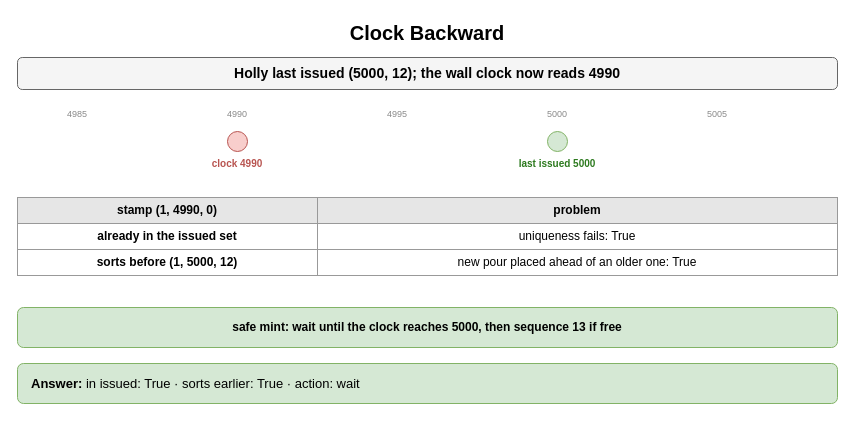
This is page "Clock Backward" (4 of 8) of content/09_System_Design_Interview/19_Unique_ID_Generation/diagrams/unique-id-drills.drawio from amendez13/swe-study-guide, a draw.io file, before an edit. Source tidied: cells renumbered, new cells numbered last; positions are measured from the earlier drawing's top-left corner, leaving out a move shared by most shapes. Both pictures are drawn from the tidied source at 100%, with x=0, y=0 at pixel (17, 17).
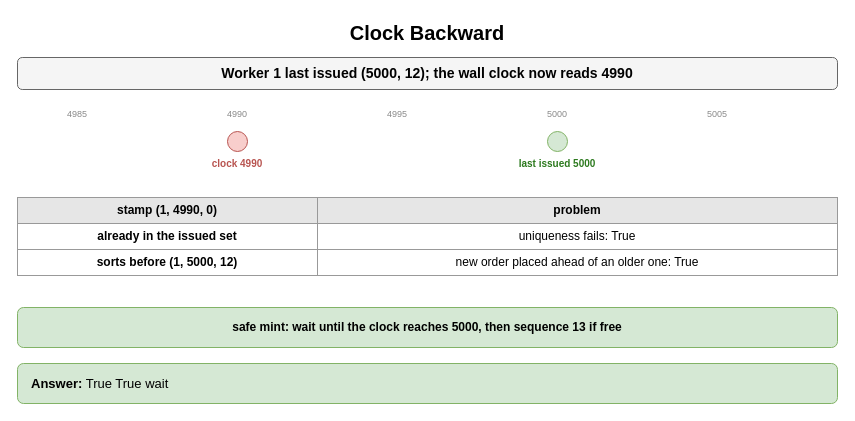
After the change.

Diff of the diagram source:
```diff
@@
-    <mxCell id="3" value="Holly last issued (5000, 12); the wall clock now reads 4990" style="rounded=1;whiteSpace=wrap;html=1;fillColor=#f5f5f5;strokeColor=#666666;fontStyle=1;fontSize=14;" parent="1" vertex="1">
+    <mxCell id="3" value="Worker 1 last issued (5000, 12); the wall clock now reads 4990" style="rounded=1;whiteSpace=wrap;html=1;fillColor=#f5f5f5;strokeColor=#666666;fontStyle=1;fontSize=14;" parent="1" vertex="1">
       <mxGeometry y="40" width="820" height="32" as="geometry" />
     </mxCell>
@@
-    <mxCell id="18" value="new pour placed ahead of an older one: True" style="whiteSpace=wrap;html=1;strokeColor=#999999;fontSize=12;fillColor=#ffffff;" parent="1" vertex="1">
+    <mxCell id="18" value="new order placed ahead of an older one: True" style="whiteSpace=wrap;html=1;strokeColor=#999999;fontSize=12;fillColor=#ffffff;" parent="1" vertex="1">
       <mxGeometry x="300" y="232" width="520" height="26" as="geometry" />
     </mxCell>
@@
-    <mxCell id="20" value="&lt;b&gt;Answer:&lt;/b&gt; in issued: True · sorts earlier: True · action: wait" style="rounded=1;whiteSpace=wrap;html=1;fillColor=#d5e8d4;strokeColor=#82b366;fontSize=13;align=left;spacingLeft=12;" parent="1" vertex="1">
+    <mxCell id="20" value="&lt;b&gt;Answer:&lt;/b&gt; True True wait" style="rounded=1;whiteSpace=wrap;html=1;fillColor=#d5e8d4;strokeColor=#82b366;fontSize=13;align=left;spacingLeft=12;" parent="1" vertex="1">
       <mxGeometry y="346" width="820" height="40" as="geometry" />
     </mxCell>
```
